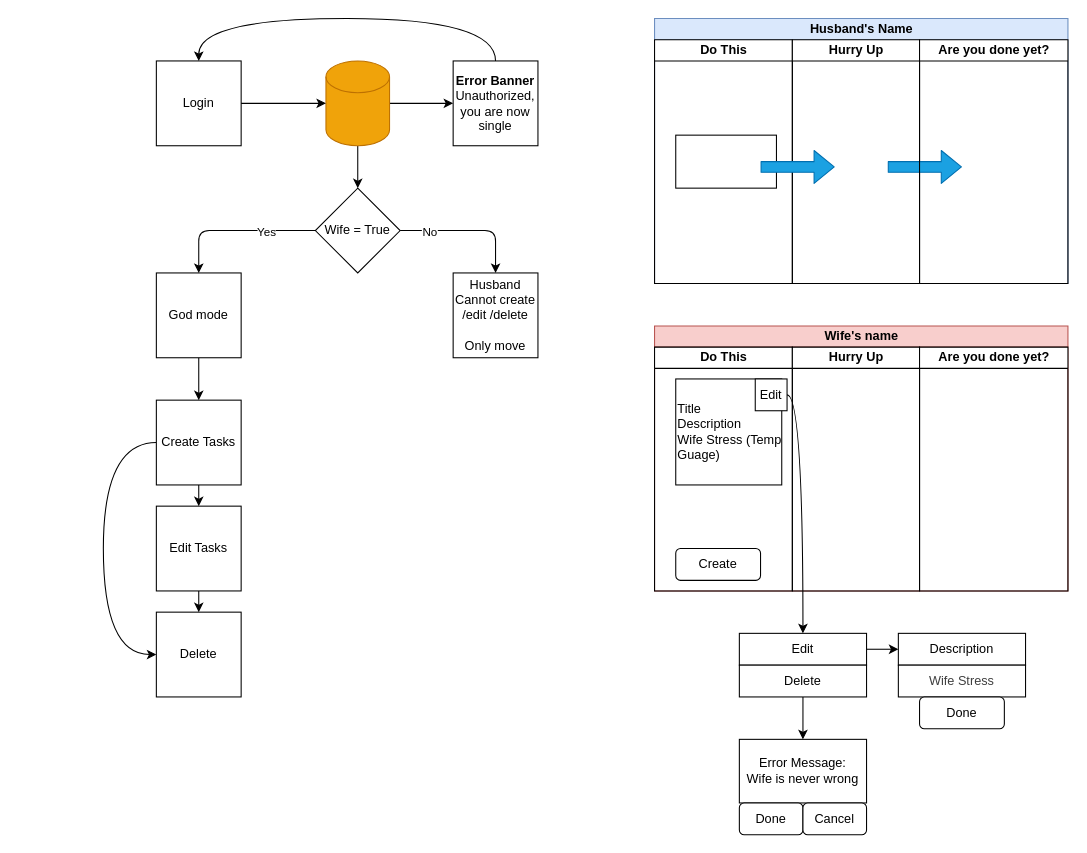
Before: Assets/add.drawio in MrAwesome2127/KU-Project3-FinalProject, a draw.io diagram. Source tidied: cells renumbered, new cells numbered last; positions are measured from the earlier drawing's top-left corner, leaving out a move shared by most shapes. Both pictures are drawn from the tidied source at 106%, with x=0, y=0 at pixel (103, 18).
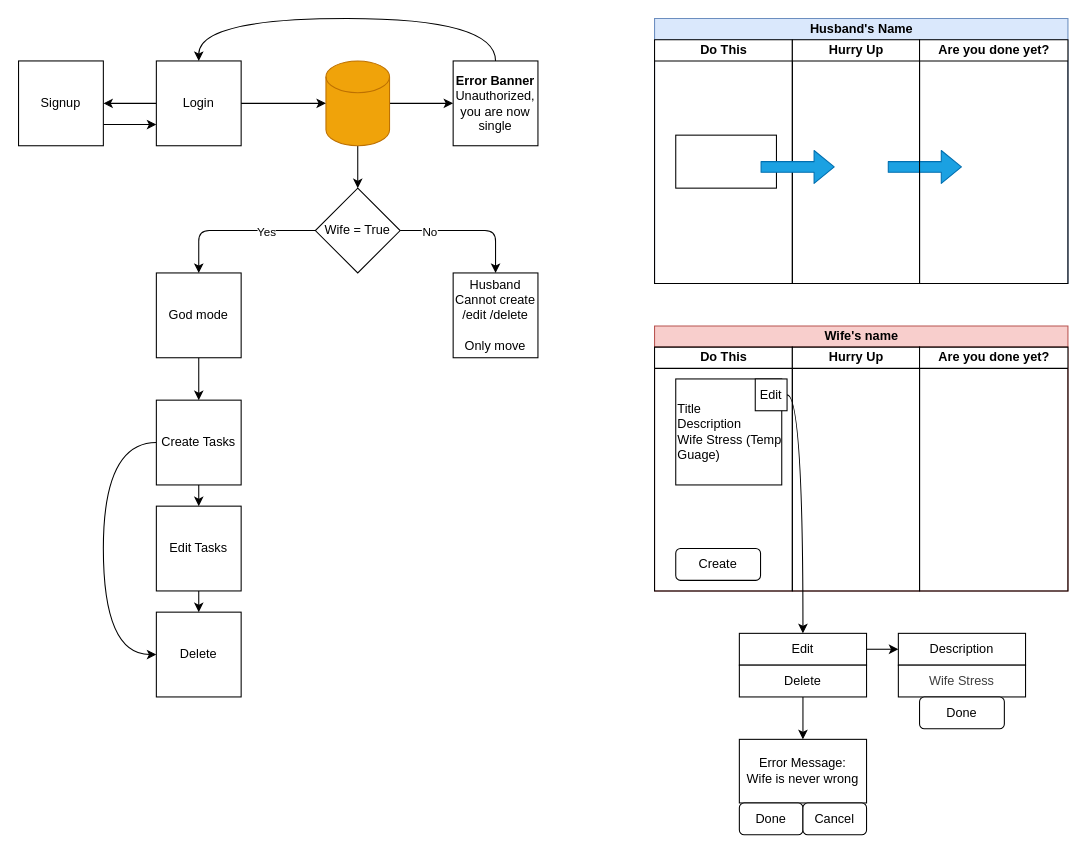
After the change.

Unchanged cells that the change refers to:
```xml
<mxCell id="2" value="Login" style="whiteSpace=wrap;html=1;" parent="1" vertex="1">
  <mxGeometry x="50" y="40" width="80" height="80" as="geometry" />
</mxCell>
```

What changed in the source:
```diff
@@
+    <mxCell id="48" style="edgeStyle=none;html=1;" parent="1" edge="1" source="2" target="50">
+      <mxGeometry relative="1" as="geometry" />
+    </mxCell>
@@
+    <mxCell id="49" style="edgeStyle=none;html=1;exitX=1;exitY=0.75;exitDx=0;exitDy=0;entryX=0;entryY=0.75;entryDx=0;entryDy=0;" parent="1" edge="1" source="50" target="2">
+      <mxGeometry relative="1" as="geometry" />
+    </mxCell>
+    <mxCell id="50" value="Signup" style="whiteSpace=wrap;html=1;" parent="1" vertex="1">
+      <mxGeometry x="-80" y="40" width="80" height="80" as="geometry" />
+    </mxCell>
```
